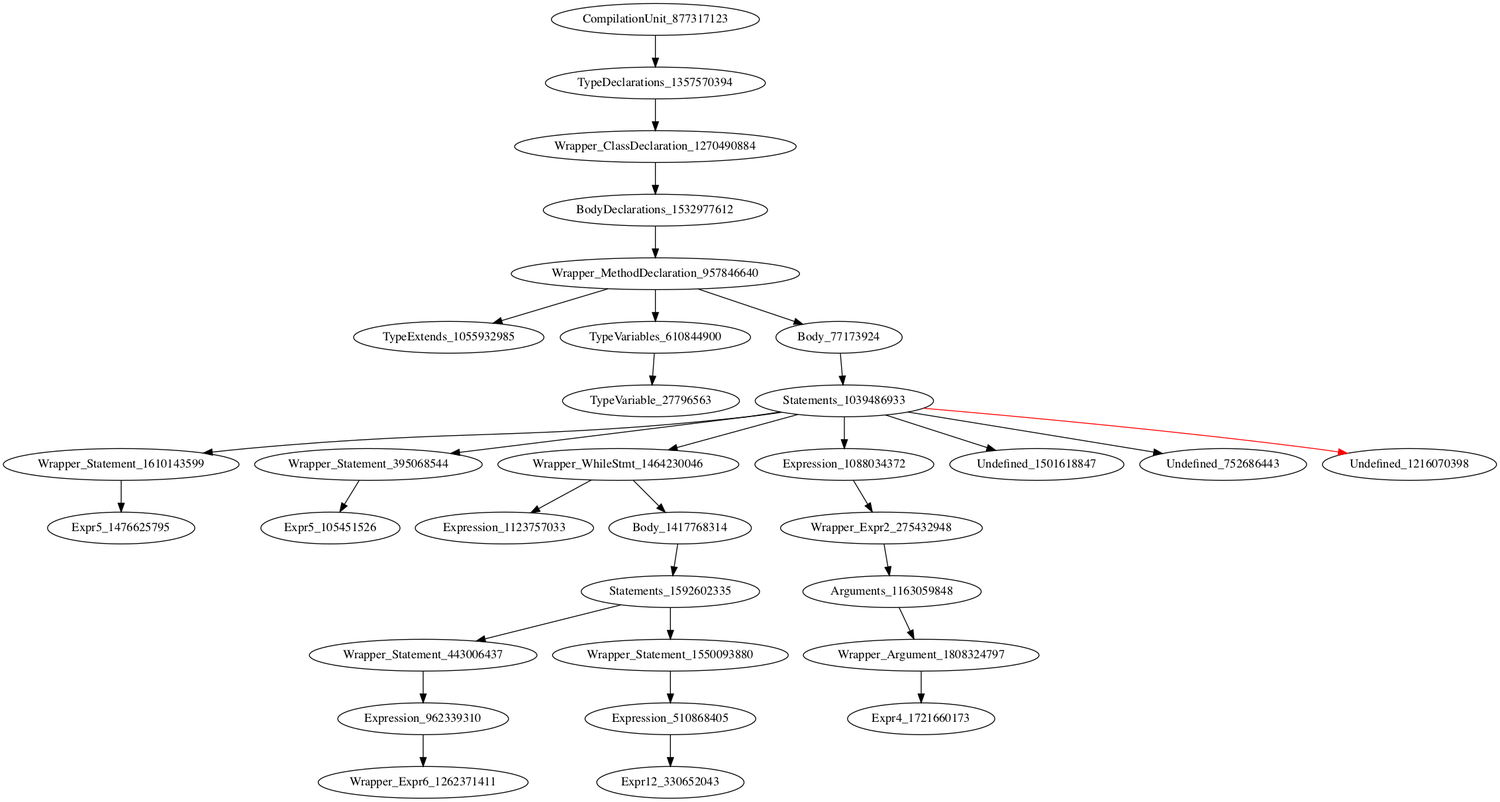
Earlier version of the Graphviz export holeAST.png (icse2023material/VoiceJava). Its source is kept beside it as holeAST.dot. The source it was exported from:
```dot
digraph {
CompilationUnit_877317123 -> TypeDeclarations_1357570394
TypeDeclarations_1357570394 -> Wrapper_ClassDeclaration_1270490884
Wrapper_ClassDeclaration_1270490884 -> BodyDeclarations_1532977612
BodyDeclarations_1532977612 -> Wrapper_MethodDeclaration_957846640
Wrapper_MethodDeclaration_957846640 -> TypeExtends_1055932985
Wrapper_MethodDeclaration_957846640 -> TypeVariables_610844900
Wrapper_MethodDeclaration_957846640 -> Body_77173924
TypeVariables_610844900 -> TypeVariable_27796563
Body_77173924 -> Statements_1039486933
Statements_1039486933 -> Wrapper_Statement_1610143599
Statements_1039486933 -> Wrapper_Statement_395068544
Statements_1039486933 -> Wrapper_WhileStmt_1464230046
Statements_1039486933 -> Expression_1088034372
Statements_1039486933 -> Undefined_1501618847
Statements_1039486933 -> Undefined_752686443
Statements_1039486933 -> Undefined_1216070398 [color = red]
Wrapper_Statement_1610143599 -> Expr5_1476625795
Wrapper_Statement_395068544 -> Expr5_105451526
Wrapper_WhileStmt_1464230046 -> Expression_1123757033
Wrapper_WhileStmt_1464230046 -> Body_1417768314
Expression_1088034372 -> Wrapper_Expr2_275432948
Body_1417768314 -> Statements_1592602335
Wrapper_Expr2_275432948 -> Arguments_1163059848
Statements_1592602335 -> Wrapper_Statement_443006437
Statements_1592602335 -> Wrapper_Statement_1550093880
Arguments_1163059848 -> Wrapper_Argument_1808324797
Wrapper_Statement_443006437 -> Expression_962339310
Wrapper_Statement_1550093880 -> Expression_510868405
Wrapper_Argument_1808324797 -> Expr4_1721660173
Expression_962339310 -> Wrapper_Expr6_1262371411
Expression_510868405 -> Expr12_330652043
}
```
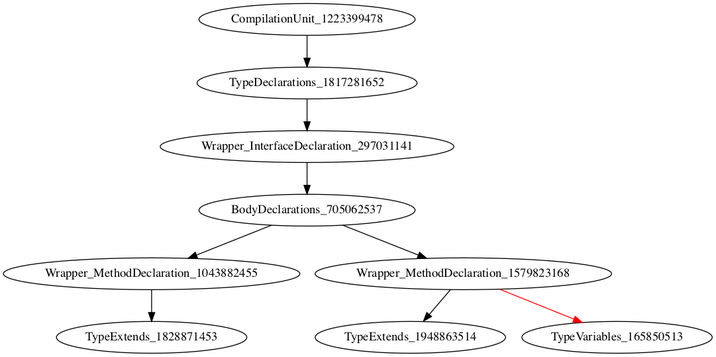
Later version of the same file.

Commit message:
[add] interface method generation without body

The edit, as a diff of the source:
```diff
@@ -1,33 +1,10 @@
 digraph {
-CompilationUnit_877317123 -> TypeDeclarations_1357570394
-TypeDeclarations_1357570394 -> Wrapper_ClassDeclaration_1270490884
-Wrapper_ClassDeclaration_1270490884 -> BodyDeclarations_1532977612
-BodyDeclarations_1532977612 -> Wrapper_MethodDeclaration_957846640
-Wrapper_MethodDeclaration_957846640 -> TypeExtends_1055932985
-Wrapper_MethodDeclaration_957846640 -> TypeVariables_610844900
-Wrapper_MethodDeclaration_957846640 -> Body_77173924
-TypeVariables_610844900 -> TypeVariable_27796563
-Body_77173924 -> Statements_1039486933
-Statements_1039486933 -> Wrapper_Statement_1610143599
-Statements_1039486933 -> Wrapper_Statement_395068544
-Statements_1039486933 -> Wrapper_WhileStmt_1464230046
-Statements_1039486933 -> Expression_1088034372
-Statements_1039486933 -> Undefined_1501618847
-Statements_1039486933 -> Undefined_752686443
-Statements_1039486933 -> Undefined_1216070398 [color = red]
-Wrapper_Statement_1610143599 -> Expr5_1476625795
-Wrapper_Statement_395068544 -> Expr5_105451526
-Wrapper_WhileStmt_1464230046 -> Expression_1123757033
-Wrapper_WhileStmt_1464230046 -> Body_1417768314
-Expression_1088034372 -> Wrapper_Expr2_275432948
-Body_1417768314 -> Statements_1592602335
-Wrapper_Expr2_275432948 -> Arguments_1163059848
-Statements_1592602335 -> Wrapper_Statement_443006437
-Statements_1592602335 -> Wrapper_Statement_1550093880
-Arguments_1163059848 -> Wrapper_Argument_1808324797
-Wrapper_Statement_443006437 -> Expression_962339310
-Wrapper_Statement_1550093880 -> Expression_510868405
-Wrapper_Argument_1808324797 -> Expr4_1721660173
-Expression_962339310 -> Wrapper_Expr6_1262371411
-Expression_510868405 -> Expr12_330652043
+CompilationUnit_1223399478 -> TypeDeclarations_1817281652
+TypeDeclarations_1817281652 -> Wrapper_InterfaceDeclaration_297031141
+Wrapper_InterfaceDeclaration_297031141 -> BodyDeclarations_705062537
+BodyDeclarations_705062537 -> Wrapper_MethodDeclaration_1043882455
+BodyDeclarations_705062537 -> Wrapper_MethodDeclaration_1579823168
+Wrapper_MethodDeclaration_1043882455 -> TypeExtends_1828871453
+Wrapper_MethodDeclaration_1579823168 -> TypeExtends_1948863514
+Wrapper_MethodDeclaration_1579823168 -> TypeVariables_165850513 [color = red]
 }
```
